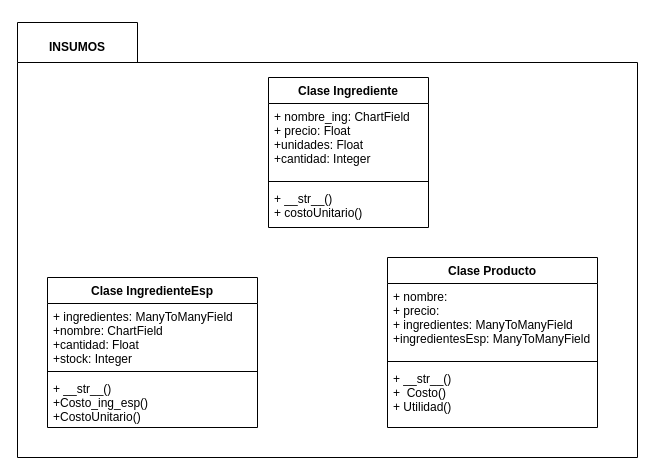
The draw.io diagram Untitled Diagram.drawio in abdielpava/business_co, before the edit. Source tidied: cells renumbered, new cells numbered last; positions are measured from the earlier drawing's top-left corner, leaving out a move shared by most shapes. Both pictures are drawn from the tidied source at 100%, with x=0, y=0 at pixel (17, 22).
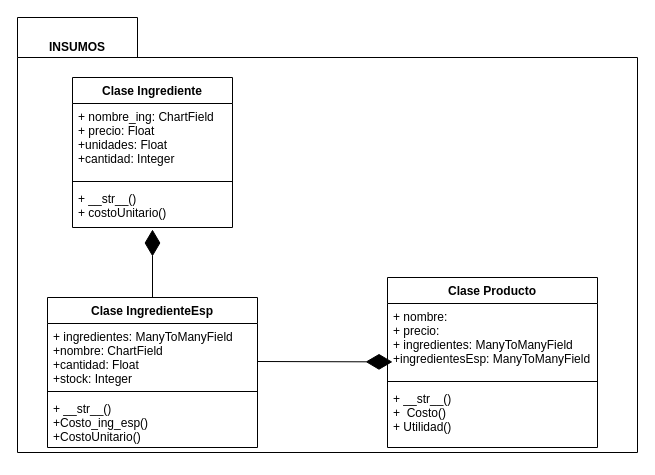
The same diagram, later.

Commit message:
UML Insumos

Change to the diagram source:
```diff
@@
 <mxGraphModel>
   <root>
     <mxCell id="0" />
     <mxCell id="1" parent="0" />
     <mxCell id="2" style="shape=folder;fontStyle=1;spacingTop=10;tabWidth=120;tabHeight=40;tabPosition=left;html=1;" parent="1" vertex="1">
-      <mxGeometry width="620" height="435" as="geometry" />
+      <mxGeometry y="-5" width="620" height="435" as="geometry" />
     </mxCell>
     <mxCell id="3" value="INSUMOS" style="text;html=1;strokeColor=none;fillColor=none;align=center;verticalAlign=middle;whiteSpace=wrap;rounded=0;fontStyle=1;" parent="1" vertex="1">
       <mxGeometry x="40" y="15" width="40" height="20" as="geometry" />
     </mxCell>
     <mxCell id="4" value="Clase Ingrediente" style="swimlane;fontStyle=1;align=center;verticalAlign=top;horizontal=1;startSize=26;" parent="1" vertex="1">
-      <mxGeometry x="251" y="55" width="160" height="150" as="geometry" />
+      <mxGeometry x="55" y="55" width="160" height="150" as="geometry" />
     </mxCell>
     <mxCell id="5" value="+ nombre_ing: ChartField&#10;+ precio: Float&#10;+unidades: Float&#10;+cantidad: Integer&#10;" style="text;strokeColor=none;fillColor=none;align=left;verticalAlign=top;spacingLeft=4;spacingRight=4;overflow=hidden;" parent="4" vertex="1">
       <mxGeometry y="26" width="160" height="74" as="geometry" />
     </mxCell>
     <mxCell id="6" style="line;strokeWidth=1;fillColor=none;align=left;verticalAlign=middle;spacingTop=-1;spacingLeft=3;spacingRight=3;labelPosition=right;" parent="4" vertex="1">
       <mxGeometry y="100" width="160" height="8" as="geometry" />
     </mxCell>
     <mxCell id="7" value="+ __str__()&#10;+ costoUnitario()" style="text;strokeColor=none;fillColor=none;align=left;verticalAlign=top;spacingLeft=4;spacingRight=4;overflow=hidden;" parent="4" vertex="1">
       <mxGeometry y="108" width="160" height="42" as="geometry" />
     </mxCell>
     <mxCell id="8" value="Clase IngredienteEsp" style="swimlane;fontStyle=1;align=center;verticalAlign=top;horizontal=1;startSize=26;" parent="1" vertex="1">
-      <mxGeometry x="30" y="255" width="210" height="150" as="geometry" />
+      <mxGeometry x="30" y="275" width="210" height="150" as="geometry" />
     </mxCell>
     <mxCell id="9" value="+ ingredientes: ManyToManyField&#10;+nombre: ChartField&#10;+cantidad: Float&#10;+stock: Integer" style="text;strokeColor=none;fillColor=none;align=left;verticalAlign=top;spacingLeft=4;spacingRight=4;overflow=hidden;" parent="8" vertex="1">
       <mxGeometry y="26" width="210" height="64" as="geometry" />
     </mxCell>
     <mxCell id="10" style="line;strokeWidth=1;fillColor=none;align=left;verticalAlign=middle;spacingTop=-1;spacingLeft=3;spacingRight=3;labelPosition=right;" parent="8" vertex="1">
       <mxGeometry y="90" width="210" height="8" as="geometry" />
     </mxCell>
     <mxCell id="11" value="+ __str__()&#10;+Costo_ing_esp()&#10;+CostoUnitario()" style="text;strokeColor=none;fillColor=none;align=left;verticalAlign=top;spacingLeft=4;spacingRight=4;overflow=hidden;" parent="8" vertex="1">
       <mxGeometry y="98" width="210" height="52" as="geometry" />
     </mxCell>
     <mxCell id="12" value="Clase Producto" style="swimlane;fontStyle=1;align=center;verticalAlign=top;horizontal=1;startSize=26;" parent="1" vertex="1">
-      <mxGeometry x="370" y="235" width="210" height="170" as="geometry" />
+      <mxGeometry x="370" y="255" width="210" height="170" as="geometry" />
     </mxCell>
     <mxCell id="13" value="+ nombre:&#10;+ precio:&#10;+ ingredientes: ManyToManyField&#10;+ingredientesEsp: ManyToManyField&#10;" style="text;strokeColor=none;fillColor=none;align=left;verticalAlign=top;spacingLeft=4;spacingRight=4;overflow=hidden;" parent="12" vertex="1">
       <mxGeometry y="26" width="210" height="74" as="geometry" />
     </mxCell>
     <mxCell id="14" style="line;strokeWidth=1;fillColor=none;align=left;verticalAlign=middle;spacingTop=-1;spacingLeft=3;spacingRight=3;labelPosition=right;" parent="12" vertex="1">
       <mxGeometry y="100" width="210" height="8" as="geometry" />
     </mxCell>
     <mxCell id="15" value="+ __str__()&#10;+  Costo()&#10;+ Utilidad()" style="text;strokeColor=none;fillColor=none;align=left;verticalAlign=top;spacingLeft=4;spacingRight=4;overflow=hidden;" parent="12" vertex="1">
       <mxGeometry y="108" width="210" height="62" as="geometry" />
     </mxCell>
+    <mxCell id="16" style="endArrow=diamondThin;endFill=1;endSize=24;html=1;exitX=0.5;exitY=0;exitDx=0;exitDy=0;" parent="1" edge="1" source="8">
+      <mxGeometry relative="1" as="geometry">
+        <mxPoint x="135" y="207" as="targetPoint" />
+      </mxGeometry>
+    </mxCell>
+    <mxCell id="17" style="endArrow=diamondThin;endFill=1;endSize=24;html=1;" parent="1" edge="1">
+      <mxGeometry relative="1" as="geometry">
+        <mxPoint x="240" y="339" as="sourcePoint" />
+        <mxPoint x="375" y="339.4" as="targetPoint" />
+      </mxGeometry>
+    </mxCell>
   </root>
 </mxGraphModel>
```
